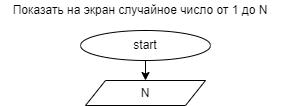
Above: ex000.drawio.png in jakkerm/pr_17_05 (draw.io), before the change. Source tidied: cells renumbered, new cells last; positions are measured from the earlier drawing's top-left corner, leaving out a move shared by most shapes. The source it was exported from:
```xml
<mxGraphModel>
  <root>
    <mxCell id="0" />
    <mxCell id="1" parent="0" />
    <mxCell id="2" style="edgeStyle=none;html=1;" parent="1" edge="1" source="3" target="5">
      <mxGeometry relative="1" as="geometry" />
    </mxCell>
    <mxCell id="3" value="start" style="ellipse;whiteSpace=wrap;html=1;" parent="1" vertex="1">
      <mxGeometry x="80" y="30" width="130" height="30" as="geometry" />
    </mxCell>
    <mxCell id="4" value="Показать на экран случайное число от 1 до N" style="text;html=1;strokeColor=none;fillColor=none;align=center;verticalAlign=middle;whiteSpace=wrap;rounded=0;" parent="1" vertex="1">
      <mxGeometry width="280" height="20" as="geometry" />
    </mxCell>
    <mxCell id="5" value="N" style="shape=parallelogram;perimeter=parallelogramPerimeter;whiteSpace=wrap;html=1;fixedSize=1;" parent="1" vertex="1">
      <mxGeometry x="85" y="80" width="120" height="25" as="geometry" />
    </mxCell>
  </root>
</mxGraphModel>
```
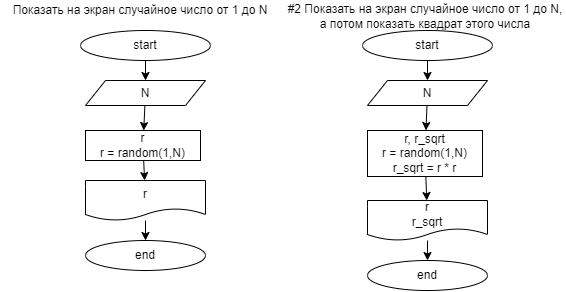
Later version of the same file.

Change to the diagram source:
```diff
@@ -11,8 +11,56 @@
     <mxCell id="4" value="Показать на экран случайное число от 1 до N" style="text;html=1;strokeColor=none;fillColor=none;align=center;verticalAlign=middle;whiteSpace=wrap;rounded=0;" parent="1" vertex="1">
       <mxGeometry width="280" height="20" as="geometry" />
     </mxCell>
+    <mxCell id="6" style="edgeStyle=none;html=1;" parent="1" edge="1" source="5" target="8">
+      <mxGeometry relative="1" as="geometry" />
+    </mxCell>
     <mxCell id="5" value="N" style="shape=parallelogram;perimeter=parallelogramPerimeter;whiteSpace=wrap;html=1;fixedSize=1;" parent="1" vertex="1">
       <mxGeometry x="85" y="80" width="120" height="25" as="geometry" />
     </mxCell>
+    <mxCell id="7" style="edgeStyle=none;html=1;" parent="1" edge="1" source="8" target="10">
+      <mxGeometry relative="1" as="geometry" />
+    </mxCell>
+    <mxCell id="8" value="r&lt;br&gt;r = random(1,N)" style="whiteSpace=wrap;html=1;" parent="1" vertex="1">
+      <mxGeometry x="85" y="130" width="115" height="30" as="geometry" />
+    </mxCell>
+    <mxCell id="9" style="edgeStyle=none;html=1;" parent="1" edge="1" source="10" target="11">
+      <mxGeometry relative="1" as="geometry" />
+    </mxCell>
+    <mxCell id="10" value="r" style="shape=document;whiteSpace=wrap;html=1;boundedLbl=1;" parent="1" vertex="1">
+      <mxGeometry x="85" y="180" width="120" height="40" as="geometry" />
+    </mxCell>
+    <mxCell id="11" value="end" style="ellipse;whiteSpace=wrap;html=1;" parent="1" vertex="1">
+      <mxGeometry x="85" y="240" width="120" height="30" as="geometry" />
+    </mxCell>
+    <mxCell id="12" style="edgeStyle=none;html=1;" parent="1" edge="1" source="13" target="16">
+      <mxGeometry relative="1" as="geometry" />
+    </mxCell>
+    <mxCell id="13" value="start" style="ellipse;whiteSpace=wrap;html=1;" parent="1" vertex="1">
+      <mxGeometry x="362" y="30" width="130" height="30" as="geometry" />
+    </mxCell>
+    <mxCell id="14" value="#2 Показать на экран случайное число от 1 до N, а потом показать квадрат этого числа" style="text;html=1;strokeColor=none;fillColor=none;align=center;verticalAlign=middle;whiteSpace=wrap;rounded=0;" parent="1" vertex="1">
+      <mxGeometry x="284.5" y="6" width="280" height="20" as="geometry" />
+    </mxCell>
+    <mxCell id="15" style="edgeStyle=none;html=1;" parent="1" edge="1" source="16" target="18">
+      <mxGeometry relative="1" as="geometry" />
+    </mxCell>
+    <mxCell id="16" value="N" style="shape=parallelogram;perimeter=parallelogramPerimeter;whiteSpace=wrap;html=1;fixedSize=1;" parent="1" vertex="1">
+      <mxGeometry x="367" y="80" width="120" height="25" as="geometry" />
+    </mxCell>
+    <mxCell id="17" style="edgeStyle=none;html=1;" parent="1" edge="1" source="18" target="20">
+      <mxGeometry relative="1" as="geometry" />
+    </mxCell>
+    <mxCell id="18" value="r, r_sqrt&lt;br&gt;r = random(1,N)&lt;br&gt;r_sqrt = r * r" style="whiteSpace=wrap;html=1;" parent="1" vertex="1">
+      <mxGeometry x="367" y="130" width="115" height="46" as="geometry" />
+    </mxCell>
+    <mxCell id="19" style="edgeStyle=none;html=1;" parent="1" edge="1" source="20" target="21">
+      <mxGeometry relative="1" as="geometry" />
+    </mxCell>
+    <mxCell id="20" value="r&lt;br&gt;r_sqrt" style="shape=document;whiteSpace=wrap;html=1;boundedLbl=1;" parent="1" vertex="1">
+      <mxGeometry x="367" y="200" width="120" height="40" as="geometry" />
+    </mxCell>
+    <mxCell id="21" value="end" style="ellipse;whiteSpace=wrap;html=1;" parent="1" vertex="1">
+      <mxGeometry x="367" y="260" width="120" height="30" as="geometry" />
+    </mxCell>
   </root>
 </mxGraphModel>
```
